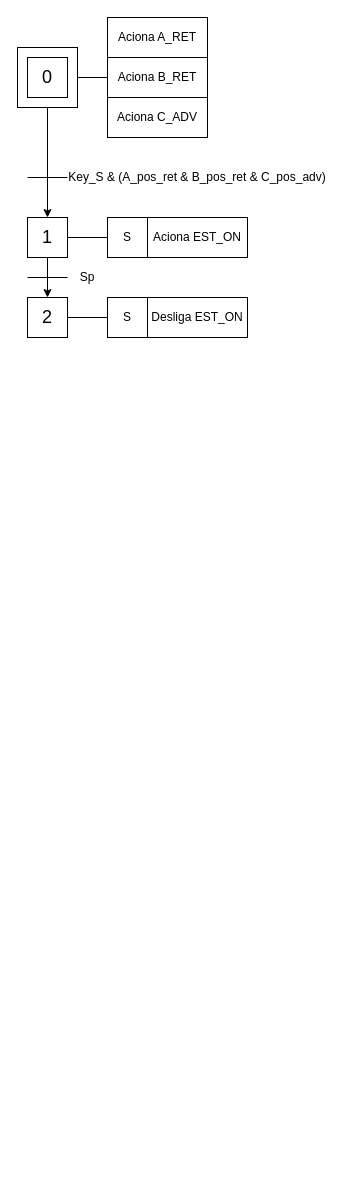
Above: Experiência 4 - Dispositivo de dosagem e enchimento de embalagens/Experimento4_CLP.drawio in pedroManuelP/Automa-o-Industrial (draw.io), before the change. Source tidied: cells renumbered, new cells numbered last; positions are measured from the earlier drawing's top-left corner, leaving out a move shared by most shapes. Both pictures are drawn from the tidied source at 100%, with x=0, y=0 at pixel (17, 17).
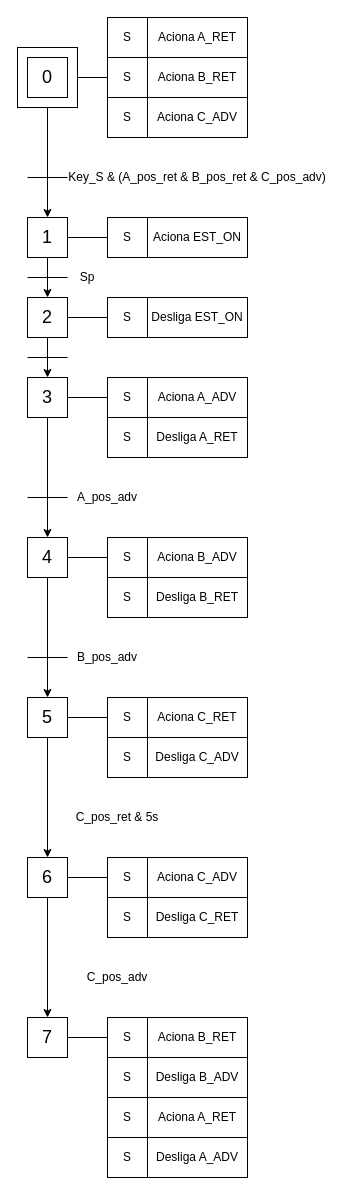
The same page after the edit.

The edit, as a diff of the source:
```diff
@@
     <mxCell id="5" value="Aciona A_RET" style="rounded=0;whiteSpace=wrap;html=1;" parent="1" vertex="1">
-      <mxGeometry x="90" width="100" height="40" as="geometry" />
+      <mxGeometry x="130" width="100" height="40" as="geometry" />
     </mxCell>
     <mxCell id="6" value="Aciona B_RET" style="rounded=0;whiteSpace=wrap;html=1;" parent="1" vertex="1">
-      <mxGeometry x="90" y="40" width="100" height="40" as="geometry" />
+      <mxGeometry x="130" y="40" width="100" height="40" as="geometry" />
     </mxCell>
     <mxCell id="7" value="Aciona C_ADV" style="rounded=0;whiteSpace=wrap;html=1;" parent="1" vertex="1">
-      <mxGeometry x="90" y="80" width="100" height="40" as="geometry" />
+      <mxGeometry x="130" y="80" width="100" height="40" as="geometry" />
     </mxCell>
@@
+    <mxCell id="22" value="&lt;font style=&quot;font-size: 18px;&quot;&gt;3&lt;/font&gt;" style="rounded=0;whiteSpace=wrap;html=1;" parent="1" vertex="1">
+      <mxGeometry x="10" y="360" width="40" height="40" as="geometry" />
+    </mxCell>
+    <mxCell id="23" style="endArrow=none;html=1;rounded=0;exitX=1;exitY=0.5;exitDx=0;exitDy=0;" parent="1" edge="1" source="22">
+      <mxGeometry relative="1" as="geometry">
+        <mxPoint x="90" y="380" as="targetPoint" />
+      </mxGeometry>
+    </mxCell>
+    <mxCell id="24" value="Aciona A_ADV" style="rounded=0;whiteSpace=wrap;html=1;" parent="1" vertex="1">
+      <mxGeometry x="130" y="360" width="100" height="40" as="geometry" />
+    </mxCell>
+    <mxCell id="25" style="endArrow=classic;html=1;rounded=0;exitX=0.5;exitY=1;exitDx=0;exitDy=0;entryX=0.5;entryY=0;entryDx=0;entryDy=0;" parent="1" edge="1" target="22">
+      <mxGeometry relative="1" as="geometry">
+        <mxPoint x="30" y="320" as="sourcePoint" />
+      </mxGeometry>
+    </mxCell>
+    <mxCell id="26" style="endArrow=none;html=1;rounded=0;" parent="1" edge="1">
+      <mxGeometry relative="1" as="geometry">
+        <mxPoint x="10" y="340" as="sourcePoint" />
+        <mxPoint x="50" y="340" as="targetPoint" />
+      </mxGeometry>
+    </mxCell>
+    <mxCell id="27" value="S" style="rounded=0;whiteSpace=wrap;html=1;" parent="1" vertex="1">
+      <mxGeometry x="90" y="360" width="40" height="40" as="geometry" />
+    </mxCell>
+    <mxCell id="28" value="&lt;font style=&quot;font-size: 18px;&quot;&gt;4&lt;/font&gt;" style="rounded=0;whiteSpace=wrap;html=1;" parent="1" vertex="1">
+      <mxGeometry x="10" y="520" width="40" height="40" as="geometry" />
+    </mxCell>
+    <mxCell id="29" style="endArrow=none;html=1;rounded=0;exitX=1;exitY=0.5;exitDx=0;exitDy=0;" parent="1" edge="1" source="28">
+      <mxGeometry relative="1" as="geometry">
+        <mxPoint x="90" y="540" as="targetPoint" />
+      </mxGeometry>
+    </mxCell>
+    <mxCell id="30" value="Aciona B_ADV" style="rounded=0;whiteSpace=wrap;html=1;" parent="1" vertex="1">
+      <mxGeometry x="130" y="520" width="100" height="40" as="geometry" />
+    </mxCell>
+    <mxCell id="31" style="endArrow=classic;html=1;rounded=0;exitX=0.5;exitY=1;exitDx=0;exitDy=0;entryX=0.5;entryY=0;entryDx=0;entryDy=0;" parent="1" edge="1" target="28">
+      <mxGeometry relative="1" as="geometry">
+        <mxPoint x="30" y="400" as="sourcePoint" />
+      </mxGeometry>
+    </mxCell>
+    <mxCell id="32" style="endArrow=none;html=1;rounded=0;" parent="1" edge="1">
+      <mxGeometry relative="1" as="geometry">
+        <mxPoint x="10" y="480" as="sourcePoint" />
+        <mxPoint x="50" y="480" as="targetPoint" />
+      </mxGeometry>
+    </mxCell>
+    <mxCell id="33" value="A_pos_adv" style="text;html=1;align=center;verticalAlign=middle;whiteSpace=wrap;rounded=0;" parent="1" vertex="1">
+      <mxGeometry x="50" y="470" width="80" height="20" as="geometry" />
+    </mxCell>
+    <mxCell id="34" value="S" style="rounded=0;whiteSpace=wrap;html=1;" parent="1" vertex="1">
+      <mxGeometry x="90" y="520" width="40" height="40" as="geometry" />
+    </mxCell>
+    <mxCell id="35" value="S" style="rounded=0;whiteSpace=wrap;html=1;" parent="1" vertex="1">
+      <mxGeometry x="90" width="40" height="40" as="geometry" />
+    </mxCell>
+    <mxCell id="36" value="S" style="rounded=0;whiteSpace=wrap;html=1;" parent="1" vertex="1">
+      <mxGeometry x="90" y="40" width="40" height="40" as="geometry" />
+    </mxCell>
+    <mxCell id="37" value="S" style="rounded=0;whiteSpace=wrap;html=1;" parent="1" vertex="1">
+      <mxGeometry x="90" y="80" width="40" height="40" as="geometry" />
+    </mxCell>
+    <mxCell id="38" value="Desliga A_RET" style="rounded=0;whiteSpace=wrap;html=1;" parent="1" vertex="1">
+      <mxGeometry x="130" y="400" width="100" height="40" as="geometry" />
+    </mxCell>
+    <mxCell id="39" value="S" style="rounded=0;whiteSpace=wrap;html=1;" parent="1" vertex="1">
+      <mxGeometry x="90" y="400" width="40" height="40" as="geometry" />
+    </mxCell>
+    <mxCell id="40" value="Desliga B_RET" style="rounded=0;whiteSpace=wrap;html=1;" parent="1" vertex="1">
+      <mxGeometry x="130" y="560" width="100" height="40" as="geometry" />
+    </mxCell>
+    <mxCell id="41" value="S" style="rounded=0;whiteSpace=wrap;html=1;" parent="1" vertex="1">
+      <mxGeometry x="90" y="560" width="40" height="40" as="geometry" />
+    </mxCell>
+    <mxCell id="42" value="&lt;font style=&quot;font-size: 18px;&quot;&gt;5&lt;/font&gt;" style="rounded=0;whiteSpace=wrap;html=1;" parent="1" vertex="1">
+      <mxGeometry x="10" y="680" width="40" height="40" as="geometry" />
+    </mxCell>
+    <mxCell id="43" style="endArrow=none;html=1;rounded=0;exitX=1;exitY=0.5;exitDx=0;exitDy=0;" parent="1" edge="1" source="42">
+      <mxGeometry relative="1" as="geometry">
+        <mxPoint x="90" y="700" as="targetPoint" />
+      </mxGeometry>
+    </mxCell>
+    <mxCell id="44" value="Aciona C_RET" style="rounded=0;whiteSpace=wrap;html=1;" parent="1" vertex="1">
+      <mxGeometry x="130" y="680" width="100" height="40" as="geometry" />
+    </mxCell>
+    <mxCell id="45" style="endArrow=classic;html=1;rounded=0;exitX=0.5;exitY=1;exitDx=0;exitDy=0;entryX=0.5;entryY=0;entryDx=0;entryDy=0;" parent="1" edge="1" target="42">
+      <mxGeometry relative="1" as="geometry">
+        <mxPoint x="30" y="560" as="sourcePoint" />
+      </mxGeometry>
+    </mxCell>
+    <mxCell id="46" style="endArrow=none;html=1;rounded=0;" parent="1" edge="1">
+      <mxGeometry relative="1" as="geometry">
+        <mxPoint x="10" y="640" as="sourcePoint" />
+        <mxPoint x="50" y="640" as="targetPoint" />
+      </mxGeometry>
+    </mxCell>
+    <mxCell id="47" value="B_pos_adv" style="text;html=1;align=center;verticalAlign=middle;whiteSpace=wrap;rounded=0;" parent="1" vertex="1">
+      <mxGeometry x="50" y="630" width="80" height="20" as="geometry" />
+    </mxCell>
+    <mxCell id="48" value="S" style="rounded=0;whiteSpace=wrap;html=1;" parent="1" vertex="1">
+      <mxGeometry x="90" y="680" width="40" height="40" as="geometry" />
+    </mxCell>
+    <mxCell id="49" value="Desliga C_ADV" style="rounded=0;whiteSpace=wrap;html=1;" parent="1" vertex="1">
+      <mxGeometry x="130" y="720" width="100" height="40" as="geometry" />
+    </mxCell>
+    <mxCell id="50" value="S" style="rounded=0;whiteSpace=wrap;html=1;" parent="1" vertex="1">
+      <mxGeometry x="90" y="720" width="40" height="40" as="geometry" />
+    </mxCell>
+    <mxCell id="51" value="&lt;font style=&quot;font-size: 18px;&quot;&gt;6&lt;/font&gt;" style="rounded=0;whiteSpace=wrap;html=1;" parent="1" vertex="1">
+      <mxGeometry x="10" y="840" width="40" height="40" as="geometry" />
+    </mxCell>
+    <mxCell id="52" style="endArrow=none;html=1;rounded=0;exitX=1;exitY=0.5;exitDx=0;exitDy=0;" parent="1" edge="1" source="51">
+      <mxGeometry relative="1" as="geometry">
+        <mxPoint x="90" y="860" as="targetPoint" />
+      </mxGeometry>
+    </mxCell>
+    <mxCell id="53" value="Aciona C_ADV" style="rounded=0;whiteSpace=wrap;html=1;" parent="1" vertex="1">
+      <mxGeometry x="130" y="840" width="100" height="40" as="geometry" />
+    </mxCell>
+    <mxCell id="54" value="S" style="rounded=0;whiteSpace=wrap;html=1;" parent="1" vertex="1">
+      <mxGeometry x="90" y="840" width="40" height="40" as="geometry" />
+    </mxCell>
+    <mxCell id="55" value="Desliga C_RET" style="rounded=0;whiteSpace=wrap;html=1;" parent="1" vertex="1">
+      <mxGeometry x="130" y="880" width="100" height="40" as="geometry" />
+    </mxCell>
+    <mxCell id="56" value="S" style="rounded=0;whiteSpace=wrap;html=1;" parent="1" vertex="1">
+      <mxGeometry x="90" y="880" width="40" height="40" as="geometry" />
+    </mxCell>
+    <mxCell id="57" style="endArrow=classic;html=1;rounded=0;exitX=0.5;exitY=1;exitDx=0;exitDy=0;entryX=0.5;entryY=0;entryDx=0;entryDy=0;" parent="1" edge="1">
+      <mxGeometry relative="1" as="geometry">
+        <mxPoint x="30" y="720" as="sourcePoint" />
+        <mxPoint x="30" y="840" as="targetPoint" />
+      </mxGeometry>
+    </mxCell>
+    <mxCell id="58" style="endArrow=none;html=1;rounded=0;" parent="1" edge="1">
+      <mxGeometry relative="1" as="geometry">
+        <mxPoint x="10" y="840" as="sourcePoint" />
+        <mxPoint x="50" y="840" as="targetPoint" />
+      </mxGeometry>
+    </mxCell>
+    <mxCell id="59" value="C_pos_ret &amp;amp; 5s" style="text;html=1;align=center;verticalAlign=middle;whiteSpace=wrap;rounded=0;" parent="1" vertex="1">
+      <mxGeometry x="50" y="790" width="100" height="20" as="geometry" />
+    </mxCell>
+    <mxCell id="60" value="&lt;font style=&quot;font-size: 18px;&quot;&gt;7&lt;/font&gt;" style="rounded=0;whiteSpace=wrap;html=1;" parent="1" vertex="1">
+      <mxGeometry x="10" y="1000" width="40" height="40" as="geometry" />
+    </mxCell>
+    <mxCell id="61" style="endArrow=none;html=1;rounded=0;exitX=1;exitY=0.5;exitDx=0;exitDy=0;" parent="1" edge="1" source="60">
+      <mxGeometry relative="1" as="geometry">
+        <mxPoint x="90" y="1020" as="targetPoint" />
+      </mxGeometry>
+    </mxCell>
+    <mxCell id="62" value="Aciona B_RET" style="rounded=0;whiteSpace=wrap;html=1;" parent="1" vertex="1">
+      <mxGeometry x="130" y="1000" width="100" height="40" as="geometry" />
+    </mxCell>
+    <mxCell id="63" value="S" style="rounded=0;whiteSpace=wrap;html=1;" parent="1" vertex="1">
+      <mxGeometry x="90" y="1000" width="40" height="40" as="geometry" />
+    </mxCell>
+    <mxCell id="64" value="Desliga B_ADV" style="rounded=0;whiteSpace=wrap;html=1;" parent="1" vertex="1">
+      <mxGeometry x="130" y="1040" width="100" height="40" as="geometry" />
+    </mxCell>
+    <mxCell id="65" value="S" style="rounded=0;whiteSpace=wrap;html=1;" parent="1" vertex="1">
+      <mxGeometry x="90" y="1040" width="40" height="40" as="geometry" />
+    </mxCell>
+    <mxCell id="66" style="endArrow=classic;html=1;rounded=0;exitX=0.5;exitY=1;exitDx=0;exitDy=0;entryX=0.5;entryY=0;entryDx=0;entryDy=0;" parent="1" edge="1">
+      <mxGeometry relative="1" as="geometry">
+        <mxPoint x="30" y="880" as="sourcePoint" />
+        <mxPoint x="30" y="1000" as="targetPoint" />
+      </mxGeometry>
+    </mxCell>
+    <mxCell id="67" style="endArrow=none;html=1;rounded=0;" parent="1" edge="1">
+      <mxGeometry relative="1" as="geometry">
+        <mxPoint x="10" y="1000" as="sourcePoint" />
+        <mxPoint x="50" y="1000" as="targetPoint" />
+      </mxGeometry>
+    </mxCell>
+    <mxCell id="68" value="C_pos_adv" style="text;html=1;align=center;verticalAlign=middle;whiteSpace=wrap;rounded=0;" parent="1" vertex="1">
+      <mxGeometry x="50" y="950" width="100" height="20" as="geometry" />
+    </mxCell>
+    <mxCell id="69" value="Aciona A_RET" style="rounded=0;whiteSpace=wrap;html=1;" parent="1" vertex="1">
+      <mxGeometry x="130" y="1080" width="100" height="40" as="geometry" />
+    </mxCell>
+    <mxCell id="70" value="S" style="rounded=0;whiteSpace=wrap;html=1;" parent="1" vertex="1">
+      <mxGeometry x="90" y="1080" width="40" height="40" as="geometry" />
+    </mxCell>
+    <mxCell id="71" value="Desliga A_ADV" style="rounded=0;whiteSpace=wrap;html=1;" parent="1" vertex="1">
+      <mxGeometry x="130" y="1120" width="100" height="40" as="geometry" />
+    </mxCell>
+    <mxCell id="72" value="S" style="rounded=0;whiteSpace=wrap;html=1;" parent="1" vertex="1">
+      <mxGeometry x="90" y="1120" width="40" height="40" as="geometry" />
+    </mxCell>
```
